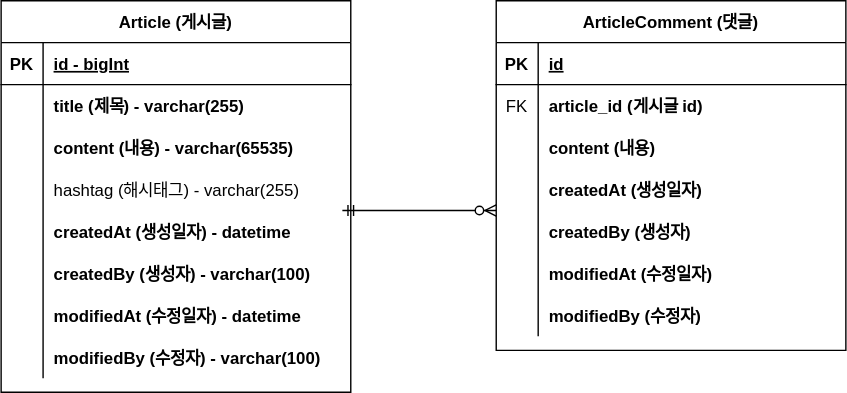
This is document/project-board-erd.svg from FunnyDain/board, a draw.io export, as it was before one commit. Source tidied: cells renumbered, new cells last; positions are measured from the earlier drawing's top-left corner, leaving out a move shared by most shapes.
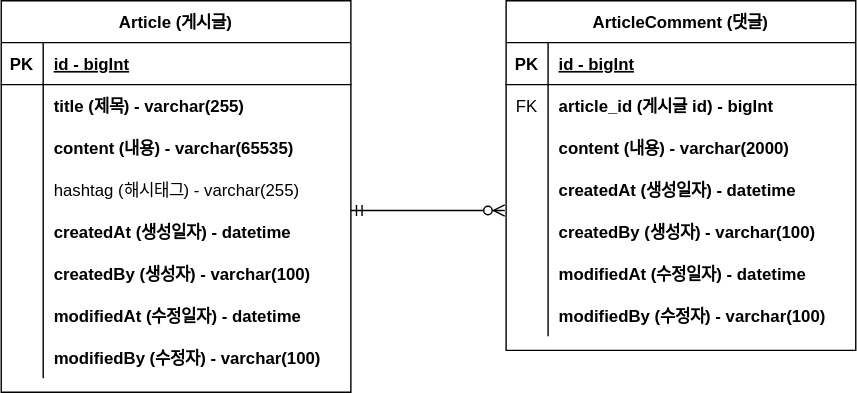
The same file after the commit.

What changed in the source:
```diff
@@ -3,7 +3,7 @@
     <mxCell id="0" />
     <mxCell id="1" parent="0" />
     <mxCell id="2" value="Article (게시글)" style="shape=table;startSize=30;rowLines=0;fontStyle=1;align=center;" parent="1" vertex="1">
-      <mxGeometry width="250" height="280" as="geometry" />
+      <mxGeometry x="-6" width="250" height="280" as="geometry" />
     </mxCell>
     <mxCell id="3" style="shape=partialRectangle;fillColor=none;top=0;left=0;right=0;bottom=1;" parent="2" vertex="1">
       <mxGeometry y="30" width="250" height="30" as="geometry" />
@@ -78,7 +78,7 @@
       <mxGeometry x="30" width="220" height="30" as="geometry" />
     </mxCell>
     <mxCell id="27" value="ArticleComment (댓글)" style="shape=table;startSize=30;rowLines=0;fontStyle=1;align=center;" parent="1" vertex="1">
-      <mxGeometry x="354" width="250" height="250" as="geometry" />
+      <mxGeometry x="355" width="250" height="250" as="geometry" />
     </mxCell>
     <mxCell id="28" style="shape=partialRectangle;fillColor=none;top=0;left=0;right=0;bottom=1;" parent="27" vertex="1">
       <mxGeometry y="30" width="250" height="30" as="geometry" />
@@ -86,7 +86,7 @@
     <mxCell id="29" value="PK" style="shape=partialRectangle;overflow=hidden;fillColor=none;top=0;left=0;bottom=0;right=0;fontStyle=1;" parent="28" vertex="1">
       <mxGeometry width="30" height="30" as="geometry" />
     </mxCell>
-    <mxCell id="30" value="id" style="shape=partialRectangle;overflow=hidden;fillColor=none;top=0;left=0;bottom=0;right=0;align=left;spacingLeft=6;fontStyle=5;" parent="28" vertex="1">
+    <mxCell id="30" value="id - bigInt" style="shape=partialRectangle;overflow=hidden;fillColor=none;top=0;left=0;bottom=0;right=0;align=left;spacingLeft=6;fontStyle=5;" parent="28" vertex="1">
       <mxGeometry x="30" width="220" height="30" as="geometry" />
     </mxCell>
     <mxCell id="31" style="shape=partialRectangle;fillColor=none;top=0;left=0;right=0;bottom=0;" parent="27" vertex="1">
@@ -95,7 +95,7 @@
     <mxCell id="32" value="FK" style="shape=partialRectangle;overflow=hidden;fillColor=none;top=0;left=0;bottom=0;right=0;" parent="31" vertex="1">
       <mxGeometry width="30" height="30" as="geometry" />
     </mxCell>
-    <mxCell id="33" value="article_id (게시글 id)" style="shape=partialRectangle;overflow=hidden;fillColor=none;top=0;left=0;bottom=0;right=0;align=left;spacingLeft=6;fontStyle=1;" parent="31" vertex="1">
+    <mxCell id="33" value="article_id (게시글 id) - bigInt" style="shape=partialRectangle;overflow=hidden;fillColor=none;top=0;left=0;bottom=0;right=0;align=left;spacingLeft=6;fontStyle=1;" parent="31" vertex="1">
       <mxGeometry x="30" width="220" height="30" as="geometry" />
     </mxCell>
     <mxCell id="34" style="shape=partialRectangle;fillColor=none;top=0;left=0;right=0;bottom=0;" parent="27" vertex="1">
@@ -104,7 +104,7 @@
     <mxCell id="35" style="shape=partialRectangle;overflow=hidden;fillColor=none;top=0;left=0;bottom=0;right=0;" parent="34" vertex="1">
       <mxGeometry width="30" height="30" as="geometry" />
     </mxCell>
-    <mxCell id="36" value="content (내용)" style="shape=partialRectangle;overflow=hidden;fillColor=none;top=0;left=0;bottom=0;right=0;align=left;spacingLeft=6;fontStyle=1;" parent="34" vertex="1">
+    <mxCell id="36" value="content (내용) - varchar(2000)" style="shape=partialRectangle;overflow=hidden;fillColor=none;top=0;left=0;bottom=0;right=0;align=left;spacingLeft=6;fontStyle=1;" parent="34" vertex="1">
       <mxGeometry x="30" width="220" height="30" as="geometry" />
     </mxCell>
     <mxCell id="37" style="shape=partialRectangle;fillColor=none;top=0;left=0;right=0;bottom=0;" parent="27" vertex="1">
@@ -113,7 +113,7 @@
     <mxCell id="38" style="shape=partialRectangle;overflow=hidden;fillColor=none;top=0;left=0;bottom=0;right=0;" parent="37" vertex="1">
       <mxGeometry width="30" height="30" as="geometry" />
     </mxCell>
-    <mxCell id="39" value="createdAt (생성일자)" style="shape=partialRectangle;overflow=hidden;fillColor=none;top=0;left=0;bottom=0;right=0;align=left;spacingLeft=6;fontStyle=1;" parent="37" vertex="1">
+    <mxCell id="39" value="createdAt (생성일자) - datetime" style="shape=partialRectangle;overflow=hidden;fillColor=none;top=0;left=0;bottom=0;right=0;align=left;spacingLeft=6;fontStyle=1;" parent="37" vertex="1">
       <mxGeometry x="30" width="220" height="30" as="geometry" />
     </mxCell>
     <mxCell id="40" style="shape=partialRectangle;fillColor=none;top=0;left=0;right=0;bottom=0;" parent="27" vertex="1">
@@ -122,7 +122,7 @@
     <mxCell id="41" style="shape=partialRectangle;overflow=hidden;fillColor=none;top=0;left=0;bottom=0;right=0;" parent="40" vertex="1">
       <mxGeometry width="30" height="30" as="geometry" />
     </mxCell>
-    <mxCell id="42" value="createdBy (생성자)" style="shape=partialRectangle;overflow=hidden;fillColor=none;top=0;left=0;bottom=0;right=0;align=left;spacingLeft=6;fontStyle=1;" parent="40" vertex="1">
+    <mxCell id="42" value="createdBy (생성자) - varchar(100)" style="shape=partialRectangle;overflow=hidden;fillColor=none;top=0;left=0;bottom=0;right=0;align=left;spacingLeft=6;fontStyle=1;" parent="40" vertex="1">
       <mxGeometry x="30" width="220" height="30" as="geometry" />
     </mxCell>
     <mxCell id="43" style="shape=partialRectangle;fillColor=none;top=0;left=0;right=0;bottom=0;" parent="27" vertex="1">
@@ -131,7 +131,7 @@
     <mxCell id="44" style="shape=partialRectangle;overflow=hidden;fillColor=none;top=0;left=0;bottom=0;right=0;" parent="43" vertex="1">
       <mxGeometry width="30" height="30" as="geometry" />
     </mxCell>
-    <mxCell id="45" value="modifiedAt (수정일자)" style="shape=partialRectangle;overflow=hidden;fillColor=none;top=0;left=0;bottom=0;right=0;align=left;spacingLeft=6;fontStyle=1;" parent="43" vertex="1">
+    <mxCell id="45" value="modifiedAt (수정일자) - datetime" style="shape=partialRectangle;overflow=hidden;fillColor=none;top=0;left=0;bottom=0;right=0;align=left;spacingLeft=6;fontStyle=1;" parent="43" vertex="1">
       <mxGeometry x="30" width="220" height="30" as="geometry" />
     </mxCell>
     <mxCell id="46" style="shape=partialRectangle;fillColor=none;top=0;left=0;right=0;bottom=0;" parent="27" vertex="1">
@@ -140,7 +140,7 @@
     <mxCell id="47" style="shape=partialRectangle;overflow=hidden;fillColor=none;top=0;left=0;bottom=0;right=0;" parent="46" vertex="1">
       <mxGeometry width="30" height="30" as="geometry" />
     </mxCell>
-    <mxCell id="48" value="modifiedBy (수정자)" style="shape=partialRectangle;overflow=hidden;fillColor=none;top=0;left=0;bottom=0;right=0;align=left;spacingLeft=6;fontStyle=1;" parent="46" vertex="1">
+    <mxCell id="48" value="modifiedBy (수정자) - varchar(100)" style="shape=partialRectangle;overflow=hidden;fillColor=none;top=0;left=0;bottom=0;right=0;align=left;spacingLeft=6;fontStyle=1;" parent="46" vertex="1">
       <mxGeometry x="30" width="220" height="30" as="geometry" />
     </mxCell>
     <mxCell id="49" style="edgeStyle=entityRelationEdgeStyle;fontSize=12;html=1;endArrow=ERzeroToMany;startArrow=ERmandOne;rounded=0;" parent="1" edge="1">
```
